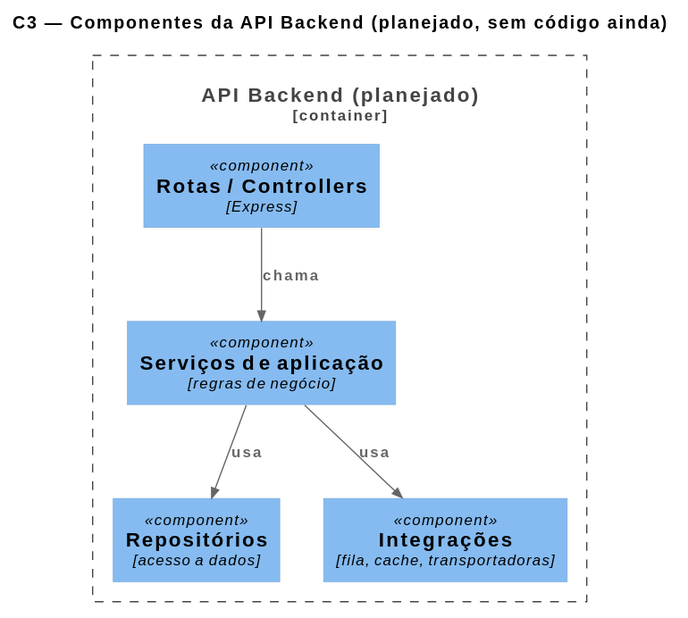
This is docs/diagrams/c3-api-backend.svg from Mateushartelt/unirastro, a PlantUML export, as it was before one commit.
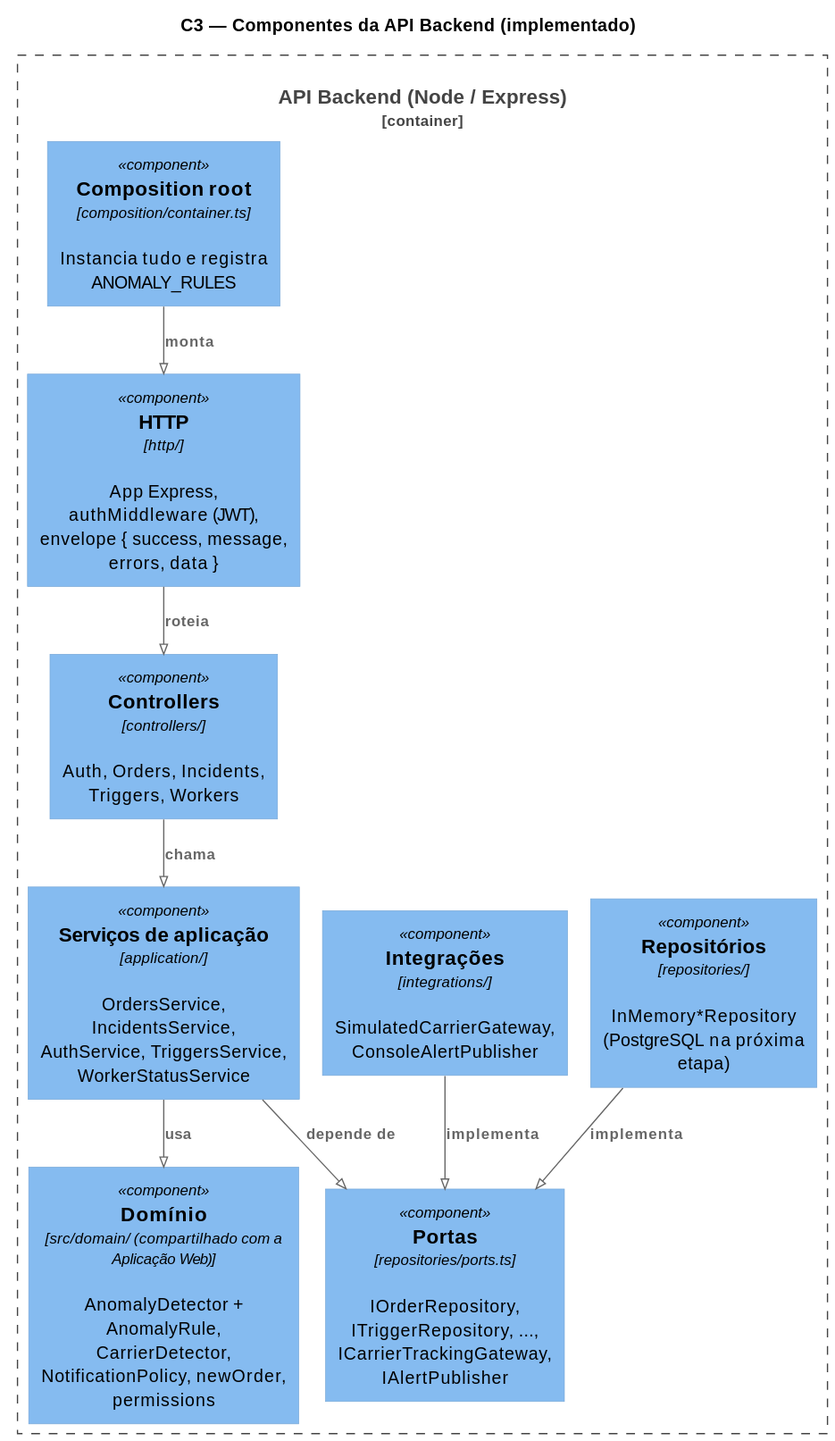
Above is the later version.

The edit, as a diff of the source:
```diff
@@ -1,16 +1,25 @@
 @startuml
+!pragma layout smetana
 !include https://raw.githubusercontent.com/plantuml-stdlib/C4-PlantUML/master/C4_Component.puml
 
-title C3 — Componentes da API Backend (planejado, sem código ainda)
+title C3 — Componentes da API Backend (implementado)
 
-Container_Boundary(api, "API Backend (planejado)") {
-  Component(routes, "Rotas / Controllers", "Express")
-  Component(appsvc, "Serviços de aplicação", "regras de negócio")
-  Component(repo, "Repositórios", "acesso a dados")
-  Component(integr, "Integrações", "fila, cache, transportadoras")
+Container_Boundary(api, "API Backend (Node / Express)") {
+  Component(httpc, "HTTP", "http/", "App Express, authMiddleware (JWT), envelope { success, message, errors, data }")
+  Component(routes, "Controllers", "controllers/", "Auth, Orders, Incidents, Triggers, Workers")
+  Component(appsvc, "Serviços de aplicação", "application/", "OrdersService, IncidentsService, AuthService, TriggersService, WorkerStatusService")
+  Component(domain, "Domínio", "src/domain/ (compartilhado com a Aplicação Web)", "AnomalyDetector + AnomalyRule, CarrierDetector, NotificationPolicy, newOrder, permissions")
+  Component(ports, "Portas", "repositories/ports.ts", "IOrderRepository, ITriggerRepository, ..., ICarrierTrackingGateway, IAlertPublisher")
+  Component(repo, "Repositórios", "repositories/", "InMemory*Repository (PostgreSQL na próxima etapa)")
+  Component(integr, "Integrações", "integrations/", "SimulatedCarrierGateway, ConsoleAlertPublisher")
+  Component(root, "Composition root", "composition/container.ts", "Instancia tudo e registra ANOMALY_RULES")
 }
 
+Rel(httpc, routes, "roteia")
 Rel(routes, appsvc, "chama")
-Rel(appsvc, repo, "usa")
-Rel(appsvc, integr, "usa")
+Rel(appsvc, domain, "usa")
+Rel(appsvc, ports, "depende de")
+Rel(repo, ports, "implementa")
+Rel(integr, ports, "implementa")
+Rel(root, httpc, "monta")
 @enduml
```
